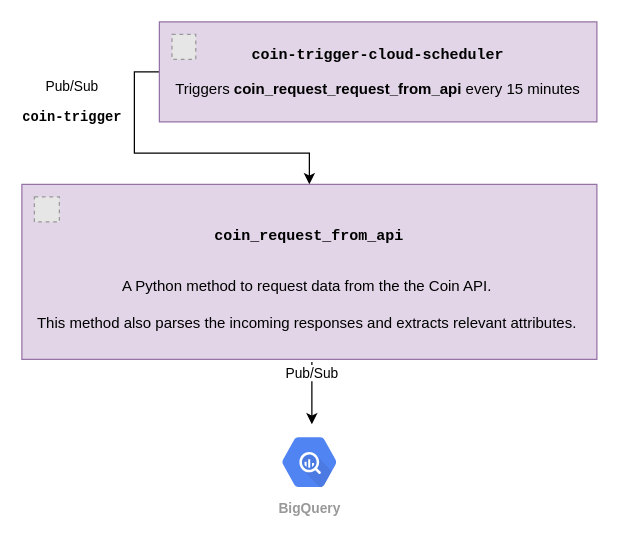
This is page "CoinAPI Zoom-in" (4 of 6) of documentation/DataFlow.drawio from ptgrigorov27/TheMask, a draw.io file, before an edit. Source tidied: cells renumbered, new cells numbered last; positions are measured from the earlier drawing's top-left corner, leaving out a move shared by most shapes. Both pictures are drawn from the tidied source at 125%, with x=0, y=0 at pixel (21, 21). Pictures stored in the file or linked from it are replaced by grey dashed boxes.
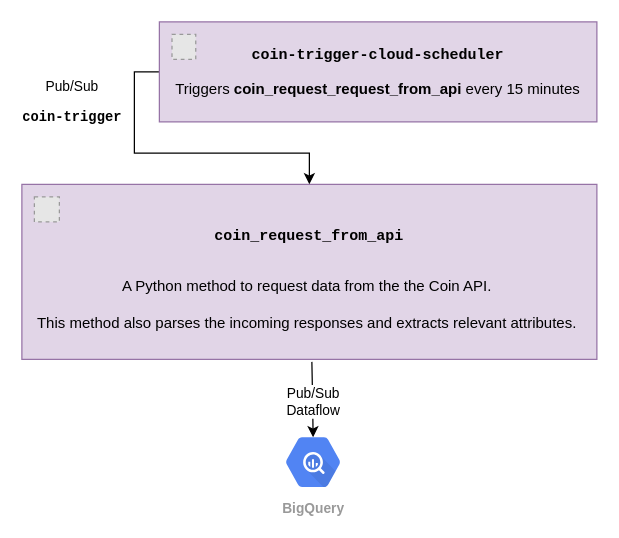
Above is the later version.

The edit, as a diff of the source:
```diff
@@
 <mxGraphModel>
   <root>
     <mxCell id="0" />
     <mxCell id="1" parent="0" />
     <mxCell id="2" value="&lt;pre&gt;&lt;b&gt;coin_request_from_api&lt;/b&gt;&lt;/pre&gt;&lt;br&gt;A Python method to request data from the the Coin API.&amp;nbsp;&lt;br&gt;&lt;br&gt;This method also parses the incoming responses and extracts relevant attributes.&amp;nbsp;" style="rounded=0;whiteSpace=wrap;html=1;fillColor=#e1d5e7;strokeColor=#9673a6;spacingLeft=8;spacingRight=8;" parent="1" vertex="1">
       <mxGeometry y="130" width="460" height="140" as="geometry" />
     </mxCell>
     <mxCell id="3" value="Pub/Sub&lt;br&gt;&lt;pre&gt;&lt;b&gt;coin-trigger&lt;/b&gt;&lt;/pre&gt;" style="edgeStyle=orthogonalEdgeStyle;rounded=0;jettySize=auto;html=1;exitX=0;exitY=0.5;exitDx=0;exitDy=0;entryX=0.5;entryY=0;entryDx=0;entryDy=0;" parent="1" edge="1" source="4" target="2">
       <mxGeometry x="-0.6" y="-50" relative="1" as="geometry" />
     </mxCell>
     <mxCell id="4" value="&lt;pre&gt;&lt;b&gt;coin-trigger-cloud-scheduler&lt;/b&gt;&lt;/pre&gt;&lt;p&gt;Triggers&amp;nbsp;&lt;b&gt;coin_&lt;/b&gt;&lt;b&gt;request_&lt;/b&gt;&lt;b&gt;request_&lt;/b&gt;&lt;b style=&quot;font-family: &amp;#34;helvetica&amp;#34;&quot;&gt;from_api &lt;/b&gt;&lt;span style=&quot;font-family: &amp;#34;helvetica&amp;#34;&quot;&gt;every 15 minutes&lt;/span&gt;&lt;/p&gt;&lt;p&gt;&lt;/p&gt;" style="rounded=0;whiteSpace=wrap;html=1;fillColor=#e1d5e7;strokeColor=#9673a6;" parent="1" vertex="1">
       <mxGeometry x="110" width="350" height="80" as="geometry" />
     </mxCell>
     <mxCell id="5" style="fillColor=#E6E6E6;strokeColor=#999999;dashed=1;verticalLabelPosition=bottom;labelBackgroundColor=#ffffff;verticalAlign=top;" parent="1" vertex="1">
       <mxGeometry x="10" y="140" width="20" height="20" as="geometry" />
     </mxCell>
     <mxCell id="6" style="fillColor=#E6E6E6;strokeColor=#999999;dashed=1;verticalLabelPosition=bottom;labelBackgroundColor=#ffffff;verticalAlign=top;" parent="1" vertex="1">
       <mxGeometry x="120.1" y="10" width="19" height="20" as="geometry" />
     </mxCell>
-    <mxCell id="7" value="Pub/Sub" style="edgeStyle=orthogonalEdgeStyle;rounded=0;orthogonalLoop=1;jettySize=auto;html=1;exitX=0.5;exitY=1;exitDx=0;exitDy=0;fontColor=#000000;" parent="1" edge="1">
-      <mxGeometry x="-0.63" relative="1" as="geometry">
+    <mxCell id="7" value="Pub/Sub&lt;br&gt;Dataflow" style="edgeStyle=orthogonalEdgeStyle;rounded=0;jettySize=auto;html=1;exitX=0.5;exitY=1;exitDx=0;exitDy=0;fontColor=#000000;entryX=0.5;entryY=0.16;entryDx=0;entryDy=0;entryPerimeter=0;" parent="1" edge="1" target="8">
+      <mxGeometry x="0.08" relative="1" as="geometry">
         <mxPoint x="232" y="272" as="sourcePoint" />
-        <mxPoint x="232" y="322" as="targetPoint" />
       </mxGeometry>
     </mxCell>
     <mxCell id="8" value="BigQuery" style="sketch=0;html=1;fillColor=#5184F3;strokeColor=none;verticalAlign=top;labelPosition=center;verticalLabelPosition=bottom;align=center;spacingTop=-6;fontSize=11;fontStyle=1;fontColor=#999999;shape=mxgraph.gcp2.hexIcon;prIcon=bigquery;" parent="1" vertex="1">
-      <mxGeometry x="197" y="323" width="66" height="58.5" as="geometry" />
+      <mxGeometry x="200" y="323" width="66" height="58.5" as="geometry" />
     </mxCell>
   </root>
 </mxGraphModel>
```
